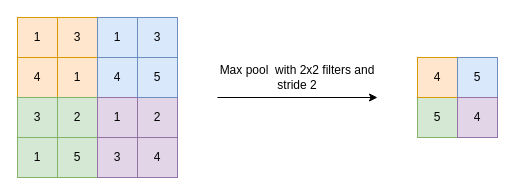
Earlier version of the draw.io diagram article/Images/pooling.drawio (SlippyKorny/nn_classification_benchmark). Source tidied: cells renumbered, new cells numbered last; positions are measured from the earlier drawing's top-left corner, leaving out a move shared by most shapes. Both pictures are drawn from the tidied source at 100%, with x=0, y=0 at pixel (17, 17).
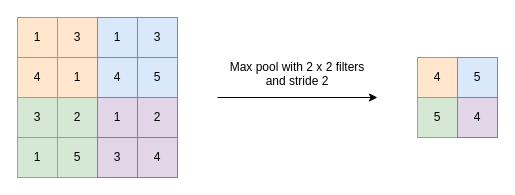
After the change.

Change to the diagram source:
```diff
@@
-    <mxCell id="20" value="Max pool&amp;nbsp; with 2x2 filters and stride 2" style="text;html=1;strokeColor=none;fillColor=none;align=center;verticalAlign=middle;whiteSpace=wrap;rounded=0;" parent="1" vertex="1">
-      <mxGeometry x="200" y="50" width="160" height="20" as="geometry" />
+    <mxCell id="20" value="Max pool with 2 x 2 filters" style="text;html=1;strokeColor=none;fillColor=none;align=center;verticalAlign=middle;whiteSpace=wrap;rounded=0;" parent="1" vertex="1">
+      <mxGeometry x="190" y="40" width="180" height="20" as="geometry" />
     </mxCell>
@@
+    <mxCell id="25" value="and stride 2" style="text;whiteSpace=wrap;html=1;align=center;" parent="1" vertex="1">
+      <mxGeometry x="200" y="50" width="160" height="30" as="geometry" />
+    </mxCell>
```
